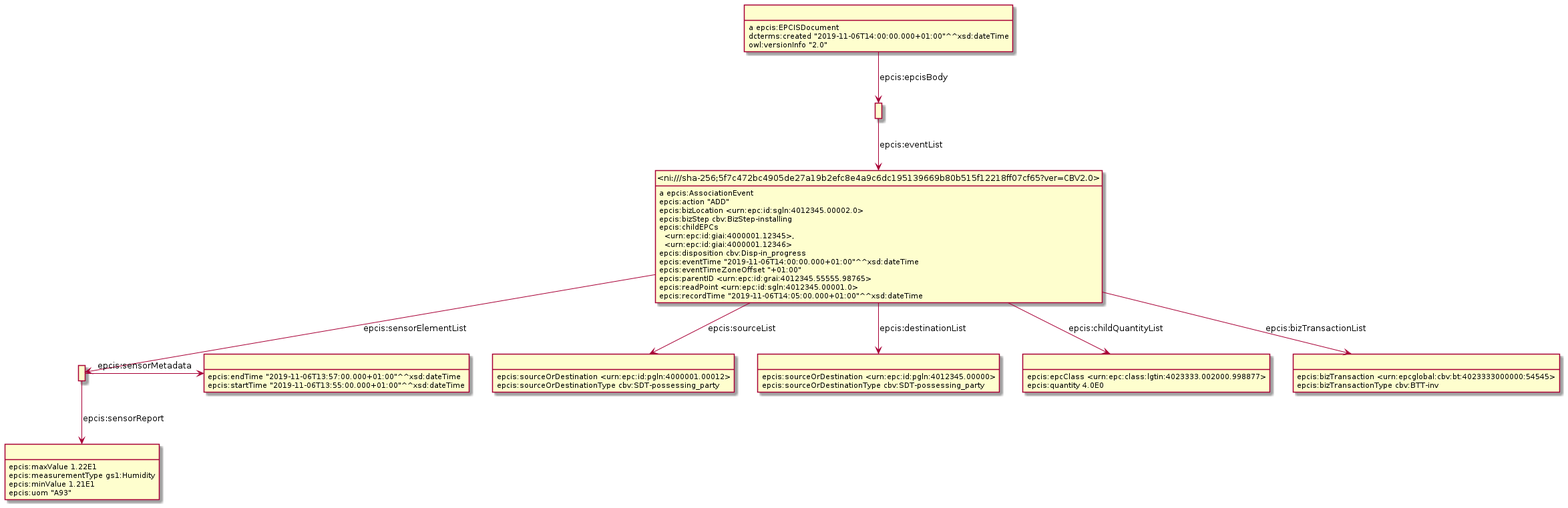
This is Diagrams/AssociationEvent/AssociationEvent-f.png from gs1/EPCIS, a PlantUML export, as it was before one commit.
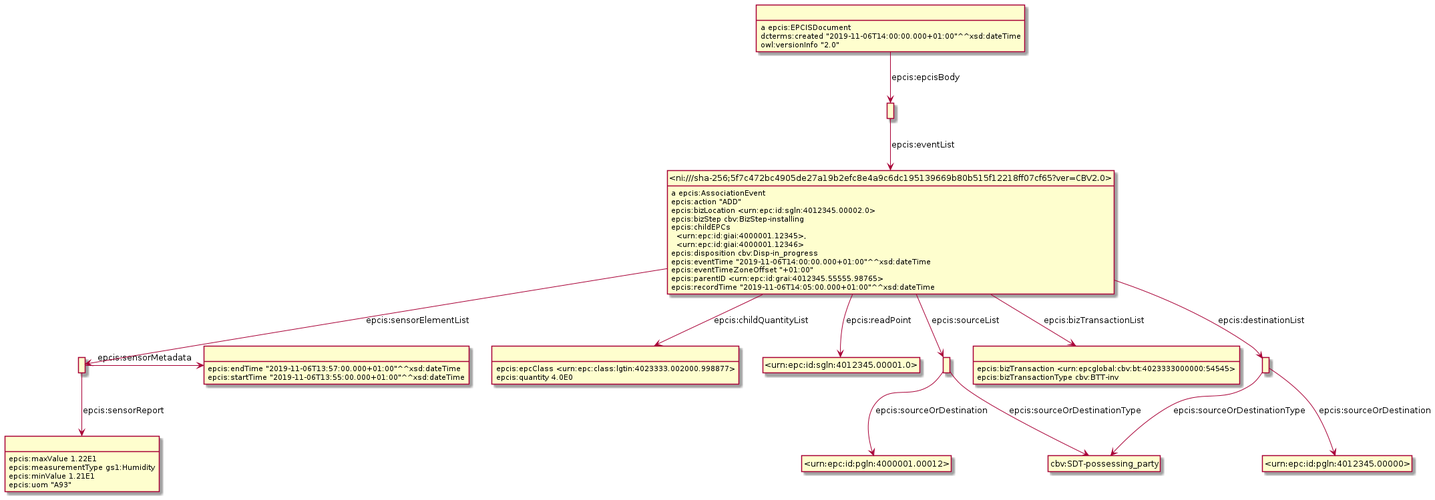
After the commit.

What changed in the source:
```diff
@@ -3,18 +3,26 @@
 hide empty attributes
 hide circle
 skinparam classAttributeIconSize 0
+class _r1632232177r1_ as " "
+_r1632232177r1_ : epcis:epcClass <urn:epc:class:lgtin:4023333.002000.998877>
+_r1632232177r1_ : epcis:quantity 4.0E0
+class _r1632232177r3_ as " "
+class _r1632232177r4_ as " "
+_r1632232177r3_ -right-> _r1632232177r4_ : epcis:sensorMetadata
+class _r1632232177r5_ as " "
+_r1632232177r3_ -down-> _r1632232177r5_ : epcis:sensorReport
 class _ni_sha_256_5f7c472bc4905de27a19b2efc8e4a9c6dc195139669b80b515f12218ff07cf65_ver_CBV2_0_ as "<ni:///sha-256;5f7c472bc4905de27a19b2efc8e4a9c6dc195139669b80b515f12218ff07cf65?ver=CBV2.0>"
 _ni_sha_256_5f7c472bc4905de27a19b2efc8e4a9c6dc195139669b80b515f12218ff07cf65_ver_CBV2_0_ : a epcis:AssociationEvent
-class _r1631889728r6_ as " "
-_ni_sha_256_5f7c472bc4905de27a19b2efc8e4a9c6dc195139669b80b515f12218ff07cf65_ver_CBV2_0_ -down-> _r1631889728r6_ : epcis:sourceList
-class _r1631889728r2_ as " "
-_ni_sha_256_5f7c472bc4905de27a19b2efc8e4a9c6dc195139669b80b515f12218ff07cf65_ver_CBV2_0_ -down-> _r1631889728r2_ : epcis:destinationList
-class _r1631889728r1_ as " "
-_ni_sha_256_5f7c472bc4905de27a19b2efc8e4a9c6dc195139669b80b515f12218ff07cf65_ver_CBV2_0_ -down-> _r1631889728r1_ : epcis:childQuantityList
-class _r1631889728r3_ as " "
-_ni_sha_256_5f7c472bc4905de27a19b2efc8e4a9c6dc195139669b80b515f12218ff07cf65_ver_CBV2_0_ -down-> _r1631889728r3_ : epcis:sensorElementList
-class _r1631889728r0_ as " "
-_ni_sha_256_5f7c472bc4905de27a19b2efc8e4a9c6dc195139669b80b515f12218ff07cf65_ver_CBV2_0_ -down-> _r1631889728r0_ : epcis:bizTransactionList
+class _urn_epc_id_sgln_4012345_00001_0_ as "<urn:epc:id:sgln:4012345.00001.0>"
+_ni_sha_256_5f7c472bc4905de27a19b2efc8e4a9c6dc195139669b80b515f12218ff07cf65_ver_CBV2_0_ -down-> _urn_epc_id_sgln_4012345_00001_0_ : epcis:readPoint
+class _r1632232177r6_ as " "
+_ni_sha_256_5f7c472bc4905de27a19b2efc8e4a9c6dc195139669b80b515f12218ff07cf65_ver_CBV2_0_ -down-> _r1632232177r6_ : epcis:sourceList
+class _r1632232177r0_ as " "
+_ni_sha_256_5f7c472bc4905de27a19b2efc8e4a9c6dc195139669b80b515f12218ff07cf65_ver_CBV2_0_ -down-> _r1632232177r0_ : epcis:bizTransactionList
+_ni_sha_256_5f7c472bc4905de27a19b2efc8e4a9c6dc195139669b80b515f12218ff07cf65_ver_CBV2_0_ -down-> _r1632232177r1_ : epcis:childQuantityList
+class _r1632232177r2_ as " "
+_ni_sha_256_5f7c472bc4905de27a19b2efc8e4a9c6dc195139669b80b515f12218ff07cf65_ver_CBV2_0_ -down-> _r1632232177r2_ : epcis:destinationList
+_ni_sha_256_5f7c472bc4905de27a19b2efc8e4a9c6dc195139669b80b515f12218ff07cf65_ver_CBV2_0_ -down-> _r1632232177r3_ : epcis:sensorElementList
 _ni_sha_256_5f7c472bc4905de27a19b2efc8e4a9c6dc195139669b80b515f12218ff07cf65_ver_CBV2_0_ : epcis:action "ADD"
 _ni_sha_256_5f7c472bc4905de27a19b2efc8e4a9c6dc195139669b80b515f12218ff07cf65_ver_CBV2_0_ : epcis:bizLocation <urn:epc:id:sgln:4012345.00002.0>
 _ni_sha_256_5f7c472bc4905de27a19b2efc8e4a9c6dc195139669b80b515f12218ff07cf65_ver_CBV2_0_ : epcis:bizStep cbv:BizStep-installing
@@ -23,31 +31,27 @@
 _ni_sha_256_5f7c472bc4905de27a19b2efc8e4a9c6dc195139669b80b515f12218ff07cf65_ver_CBV2_0_ : epcis:eventTime "2019-11-06T14:00:00.000+01:00"^^xsd:dateTime
 _ni_sha_256_5f7c472bc4905de27a19b2efc8e4a9c6dc195139669b80b515f12218ff07cf65_ver_CBV2_0_ : epcis:eventTimeZoneOffset "+01:00"
 _ni_sha_256_5f7c472bc4905de27a19b2efc8e4a9c6dc195139669b80b515f12218ff07cf65_ver_CBV2_0_ : epcis:parentID <urn:epc:id:grai:4012345.55555.98765>
-_ni_sha_256_5f7c472bc4905de27a19b2efc8e4a9c6dc195139669b80b515f12218ff07cf65_ver_CBV2_0_ : epcis:readPoint <urn:epc:id:sgln:4012345.00001.0>
 _ni_sha_256_5f7c472bc4905de27a19b2efc8e4a9c6dc195139669b80b515f12218ff07cf65_ver_CBV2_0_ : epcis:recordTime "2019-11-06T14:05:00.000+01:00"^^xsd:dateTime
-class _r1631889728r8_ as " "
-_r1631889728r8_ -down-> _ni_sha_256_5f7c472bc4905de27a19b2efc8e4a9c6dc195139669b80b515f12218ff07cf65_ver_CBV2_0_ : epcis:eventList
-class _r1631889728r4_ as " "
-_r1631889728r4_ : epcis:endTime "2019-11-06T13:57:00.000+01:00"^^xsd:dateTime
-_r1631889728r4_ : epcis:startTime "2019-11-06T13:55:00.000+01:00"^^xsd:dateTime
-_r1631889728r3_ -right-> _r1631889728r4_ : epcis:sensorMetadata
-class _r1631889728r5_ as " "
-_r1631889728r3_ -down-> _r1631889728r5_ : epcis:sensorReport
-_r1631889728r0_ : epcis:bizTransaction <urn:epcglobal:cbv:bt:4023333000000:54545>
-_r1631889728r0_ : epcis:bizTransactionType cbv:BTT-inv
-_r1631889728r5_ : epcis:maxValue 1.22E1
-_r1631889728r5_ : epcis:measurementType gs1:Humidity
-_r1631889728r5_ : epcis:minValue 1.21E1
-_r1631889728r5_ : epcis:uom "A93"
-class _r1631889728r7_ as " "
-_r1631889728r7_ : a epcis:EPCISDocument
-_r1631889728r7_ -down-> _r1631889728r8_ : epcis:epcisBody
-_r1631889728r7_ : dcterms:created "2019-11-06T14:00:00.000+01:00"^^xsd:dateTime
-_r1631889728r7_ : owl:versionInfo "2.0"
-_r1631889728r6_ : epcis:sourceOrDestination <urn:epc:id:pgln:4000001.00012>
-_r1631889728r6_ : epcis:sourceOrDestinationType cbv:SDT-possessing_party
-_r1631889728r2_ : epcis:sourceOrDestination <urn:epc:id:pgln:4012345.00000>
-_r1631889728r2_ : epcis:sourceOrDestinationType cbv:SDT-possessing_party
-_r1631889728r1_ : epcis:epcClass <urn:epc:class:lgtin:4023333.002000.998877>
-_r1631889728r1_ : epcis:quantity 4.0E0
+class cbv_SDT_possessing_party as "cbv:SDT-possessing_party"
+_r1632232177r6_ -down-> cbv_SDT_possessing_party : epcis:sourceOrDestinationType
+class _urn_epc_id_pgln_4000001_00012_ as "<urn:epc:id:pgln:4000001.00012>"
+_r1632232177r6_ -down-> _urn_epc_id_pgln_4000001_00012_ : epcis:sourceOrDestination
+_r1632232177r4_ : epcis:endTime "2019-11-06T13:57:00.000+01:00"^^xsd:dateTime
+_r1632232177r4_ : epcis:startTime "2019-11-06T13:55:00.000+01:00"^^xsd:dateTime
+class _r1632232177r8_ as " "
+_r1632232177r8_ -down-> _ni_sha_256_5f7c472bc4905de27a19b2efc8e4a9c6dc195139669b80b515f12218ff07cf65_ver_CBV2_0_ : epcis:eventList
+_r1632232177r5_ : epcis:maxValue 1.22E1
+_r1632232177r5_ : epcis:measurementType gs1:Humidity
+_r1632232177r5_ : epcis:minValue 1.21E1
+_r1632232177r5_ : epcis:uom "A93"
+_r1632232177r0_ : epcis:bizTransaction <urn:epcglobal:cbv:bt:4023333000000:54545>
+_r1632232177r0_ : epcis:bizTransactionType cbv:BTT-inv
+class _r1632232177r7_ as " "
+_r1632232177r7_ : a epcis:EPCISDocument
+_r1632232177r7_ -down-> _r1632232177r8_ : epcis:epcisBody
+_r1632232177r7_ : dcterms:created "2019-11-06T14:00:00.000+01:00"^^xsd:dateTime
+_r1632232177r7_ : owl:versionInfo "2.0"
+_r1632232177r2_ -down-> cbv_SDT_possessing_party : epcis:sourceOrDestinationType
+class _urn_epc_id_pgln_4012345_00000_ as "<urn:epc:id:pgln:4012345.00000>"
+_r1632232177r2_ -down-> _urn_epc_id_pgln_4012345_00000_ : epcis:sourceOrDestination
 @enduml
```
